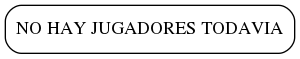
Earlier version of the Graphviz export Structures/UsersTree.png (RonaldOrdonez/EDD_1S2020_PY1_201314564). Its source is kept beside it as Structures/UsersTree.dot.
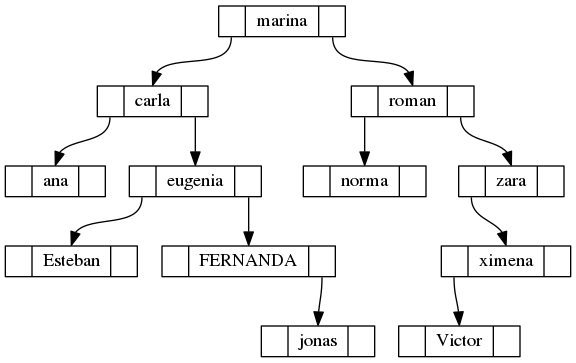
The same file after the commit.

What changed in the source:
```diff
@@ -1,4 +1,27 @@
 digraph UsersTree{
-node[style=rounded,shape=box];
-node0[label="NO HAY JUGADORES TODAVIA"];
+node[shape=record, height=.1];
+marina[label = "<f0> |<f1> marina|<f2>"];
+"marina":f0 -> "carla":f1;
+"marina":f2 -> "roman":f1;
+carla[label = "<f0> |<f1> carla|<f2>"];
+"carla":f0 -> "ana":f1;
+"carla":f2 -> "eugenia":f1;
+ana[label = "<f0> |<f1> ana|<f2>"];
+eugenia[label = "<f0> |<f1> eugenia|<f2>"];
+"eugenia":f0 -> "Esteban":f1;
+"eugenia":f2 -> "FERNANDA":f1;
+Esteban[label = "<f0> |<f1> Esteban|<f2>"];
+FERNANDA[label = "<f0> |<f1> FERNANDA|<f2>"];
+"FERNANDA":f2 -> "jonas":f1;
+jonas[label = "<f0> |<f1> jonas|<f2>"];
+roman[label = "<f0> |<f1> roman|<f2>"];
+"roman":f0 -> "norma":f1;
+"roman":f2 -> "zara":f1;
+norma[label = "<f0> |<f1> norma|<f2>"];
+zara[label = "<f0> |<f1> zara|<f2>"];
+"zara":f0 -> "ximena":f1;
+ximena[label = "<f0> |<f1> ximena|<f2>"];
+"ximena":f0 -> "Victor":f1;
+Victor[label = "<f0> |<f1> Victor|<f2>"];
+fontsize=15;
 }
```
